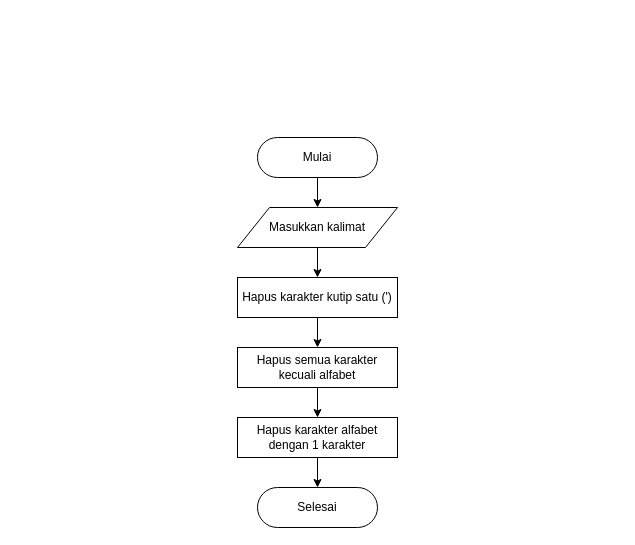
Above: page "Cleaning" (3 of 9) of Untitled Diagram.drawio in mksyfla/analysis-sentiment-using-svm (draw.io), before the change. Source tidied: cells renumbered, new cells numbered last; positions are measured from the earlier drawing's top-left corner, leaving out a move shared by most shapes. Both pictures are drawn from the tidied source at 100%, with x=0, y=0 at pixel (237, 137).
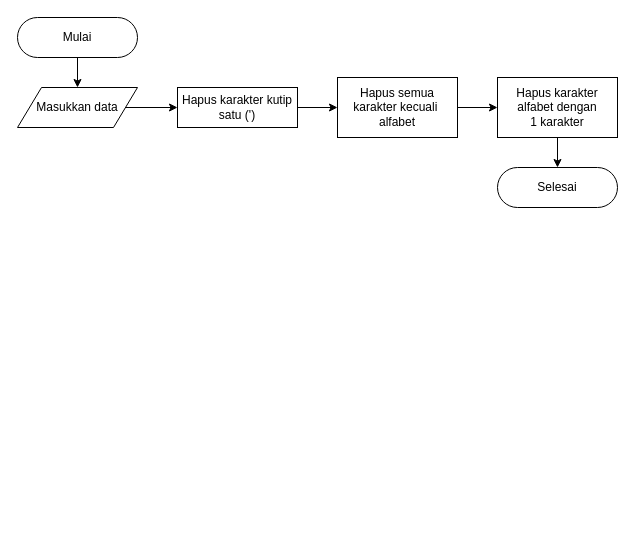
The same page after the edit.

Diff of the diagram source:
```diff
@@
 <mxGraphModel>
   <root>
     <mxCell id="0" />
     <mxCell id="1" parent="0" />
     <mxCell id="2" style="edgeStyle=orthogonalEdgeStyle;rounded=0;jettySize=auto;html=1;" parent="1" edge="1" source="3" target="8">
       <mxGeometry relative="1" as="geometry" />
     </mxCell>
     <mxCell id="3" value="Mulai" style="html=1;dashed=0;whiteSpace=wrap;shape=mxgraph.dfd.start;" parent="1" vertex="1">
-      <mxGeometry x="20" width="120" height="40" as="geometry" />
+      <mxGeometry x="-220" y="-120" width="120" height="40" as="geometry" />
     </mxCell>
     <mxCell id="4" value="Selesai" style="html=1;dashed=0;whiteSpace=wrap;shape=mxgraph.dfd.start;" parent="1" vertex="1">
-      <mxGeometry x="20" y="350" width="120" height="40" as="geometry" />
+      <mxGeometry x="260" y="30" width="120" height="40" as="geometry" />
     </mxCell>
     <mxCell id="5" style="edgeStyle=orthogonalEdgeStyle;rounded=0;jettySize=auto;html=1;" parent="1" edge="1" source="6" target="10">
       <mxGeometry relative="1" as="geometry" />
     </mxCell>
     <mxCell id="6" value="Hapus karakter kutip satu (')" style="html=1;dashed=0;whiteSpace=wrap;" parent="1" vertex="1">
-      <mxGeometry y="140" width="160" height="40" as="geometry" />
+      <mxGeometry x="-60" y="-50" width="120" height="40" as="geometry" />
     </mxCell>
     <mxCell id="7" style="edgeStyle=orthogonalEdgeStyle;rounded=0;jettySize=auto;html=1;" parent="1" edge="1" source="8" target="6">
       <mxGeometry relative="1" as="geometry" />
     </mxCell>
-    <mxCell id="8" value="Masukkan kalimat" style="shape=parallelogram;perimeter=parallelogramPerimeter;whiteSpace=wrap;html=1;dashed=0;" parent="1" vertex="1">
-      <mxGeometry y="70" width="160" height="40" as="geometry" />
+    <mxCell id="8" value="Masukkan data" style="shape=parallelogram;perimeter=parallelogramPerimeter;whiteSpace=wrap;html=1;dashed=0;" parent="1" vertex="1">
+      <mxGeometry x="-220" y="-50" width="120" height="40" as="geometry" />
     </mxCell>
     <mxCell id="9" style="edgeStyle=orthogonalEdgeStyle;rounded=0;jettySize=auto;html=1;" parent="1" edge="1" source="10" target="12">
       <mxGeometry relative="1" as="geometry" />
     </mxCell>
-    <mxCell id="10" value="&lt;div&gt;Hapus semua karakter&lt;/div&gt;&lt;div&gt;kecuali alfabet&lt;/div&gt;" style="html=1;dashed=0;whiteSpace=wrap;" parent="1" vertex="1">
-      <mxGeometry y="210" width="160" height="40" as="geometry" />
+    <mxCell id="10" value="&lt;div&gt;Hapus semua karakter&amp;nbsp;kecuali&amp;nbsp;&lt;/div&gt;&lt;div&gt;alfabet&lt;/div&gt;" style="html=1;dashed=0;whiteSpace=wrap;" parent="1" vertex="1">
+      <mxGeometry x="100" y="-60" width="120" height="60" as="geometry" />
     </mxCell>
     <mxCell id="11" style="edgeStyle=orthogonalEdgeStyle;rounded=0;jettySize=auto;html=1;" parent="1" edge="1" source="12" target="4">
       <mxGeometry relative="1" as="geometry" />
     </mxCell>
-    <mxCell id="12" value="&lt;div&gt;Hapus karakter alfabet&lt;/div&gt;&lt;div&gt;dengan 1 karakter&lt;/div&gt;" style="html=1;dashed=0;whiteSpace=wrap;" parent="1" vertex="1">
-      <mxGeometry y="280" width="160" height="40" as="geometry" />
+    <mxCell id="12" value="&lt;div&gt;Hapus karakter alfabet&amp;nbsp;dengan&lt;/div&gt;&lt;div&gt;1 karakter&lt;/div&gt;" style="html=1;dashed=0;whiteSpace=wrap;" parent="1" vertex="1">
+      <mxGeometry x="260" y="-60" width="120" height="60" as="geometry" />
     </mxCell>
   </root>
 </mxGraphModel>
```
